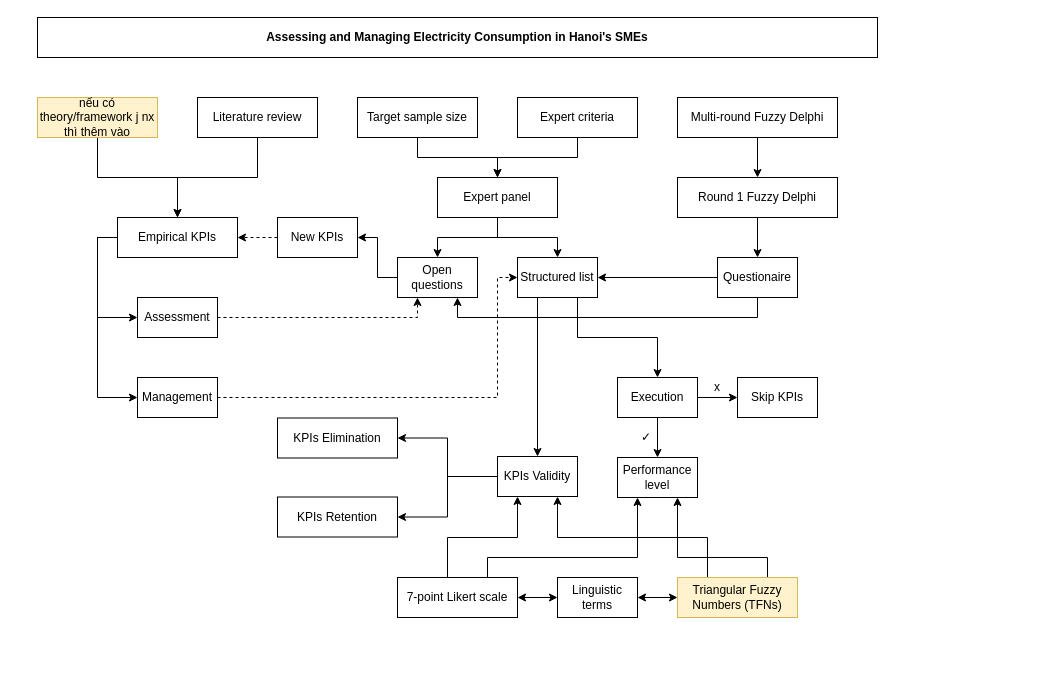
Before: delphi-huong-trang.drawio in hnks-gh/draw.io, a draw.io diagram. Source tidied: cells renumbered, new cells numbered last; positions are measured from the earlier drawing's top-left corner, leaving out a move shared by most shapes. Both pictures are drawn from the tidied source at 100%, with x=0, y=0 at pixel (37, 17).
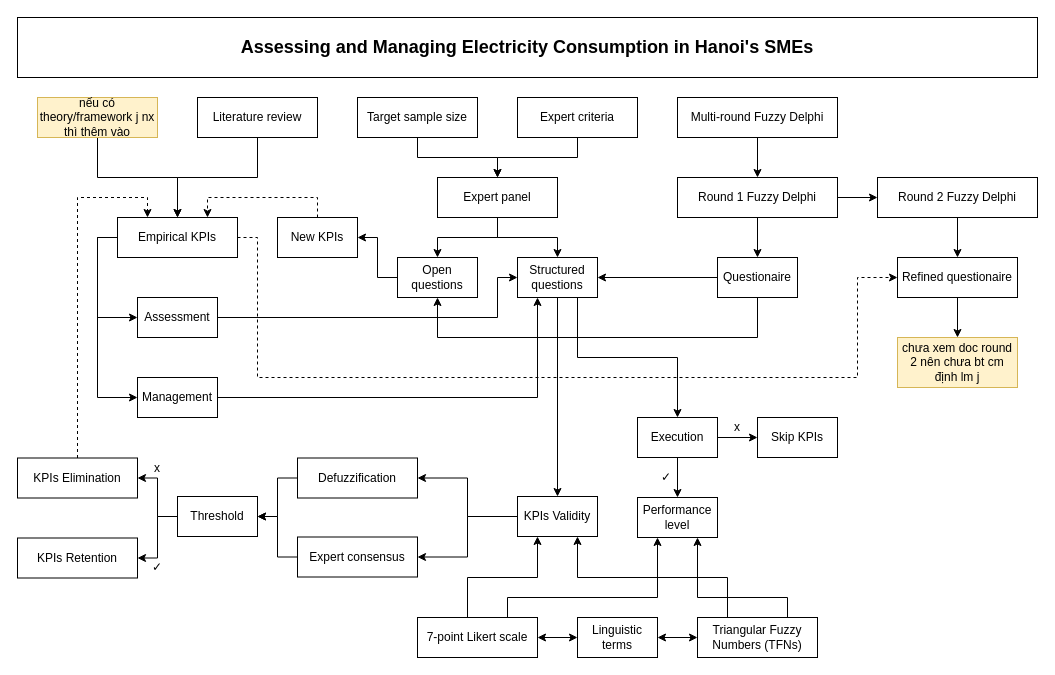
After the change.

The change refers to these unchanged cells:
```xml
<mxCell id="5" value="Empirical KPIs" style="rounded=0;whiteSpace=wrap;html=1;" parent="1" vertex="1">
  <mxGeometry x="80" y="200" width="120" height="40" as="geometry" />
</mxCell>
<mxCell id="7" value="Assessment" style="rounded=0;whiteSpace=wrap;html=1;" parent="1" vertex="1">
  <mxGeometry x="100" y="280" width="80" height="40" as="geometry" />
</mxCell>
<mxCell id="9" value="Management" style="rounded=0;whiteSpace=wrap;html=1;" parent="1" vertex="1">
  <mxGeometry x="100" y="360" width="80" height="40" as="geometry" />
</mxCell>
<mxCell id="24" value="Round 1 Fuzzy Delphi" style="rounded=0;whiteSpace=wrap;html=1;" parent="1" vertex="1">
  <mxGeometry x="640" y="160" width="160" height="40" as="geometry" />
</mxCell>
<mxCell id="32" value="Open questions" style="rounded=0;whiteSpace=wrap;html=1;" parent="1" vertex="1">
  <mxGeometry x="360" y="240" width="80" height="40" as="geometry" />
</mxCell>
<mxCell id="35" value="Questionaire" style="rounded=0;whiteSpace=wrap;html=1;" parent="1" vertex="1">
  <mxGeometry x="680" y="240" width="80" height="40" as="geometry" />
</mxCell>
<mxCell id="40" value="New KPIs" style="rounded=0;whiteSpace=wrap;html=1;" parent="1" vertex="1">
  <mxGeometry x="240" y="200" width="80" height="40" as="geometry" />
</mxCell>
```

Change to the diagram source:
```diff
@@
-    <mxCell id="2" value="&lt;b&gt;Assessing and Managing Electricity Consumption in Hanoi's SMEs&lt;/b&gt;" style="rounded=0;whiteSpace=wrap;html=1;" parent="1" vertex="1">
-      <mxGeometry width="840" height="40" as="geometry" />
+    <mxCell id="2" value="&lt;b&gt;Assessing and Managing Electricity Consumption in Hanoi's SMEs&lt;/b&gt;" style="rounded=0;whiteSpace=wrap;html=1;fontSize=18;" parent="1" vertex="1">
+      <mxGeometry x="-20" width="1020" height="60" as="geometry" />
     </mxCell>
@@
+    <mxCell id="56" style="edgeStyle=orthogonalEdgeStyle;rounded=0;jettySize=auto;html=1;exitX=1;exitY=0.5;exitDx=0;exitDy=0;entryX=0;entryY=0.5;entryDx=0;entryDy=0;dashed=1;" parent="1" edge="1" source="5" target="72">
+      <mxGeometry relative="1" as="geometry">
+        <Array as="points">
+          <mxPoint x="220" y="220" />
+          <mxPoint x="220" y="360" />
+          <mxPoint x="820" y="360" />
+          <mxPoint x="820" y="260" />
+        </Array>
+      </mxGeometry>
+    </mxCell>
@@
-    <mxCell id="6" style="edgeStyle=orthogonalEdgeStyle;rounded=0;jettySize=auto;html=1;exitX=1;exitY=0.5;exitDx=0;exitDy=0;entryX=0.25;entryY=1;entryDx=0;entryDy=0;dashed=1;" parent="1" edge="1" source="7" target="32">
-      <mxGeometry relative="1" as="geometry" />
-    </mxCell>
+    <mxCell id="57" style="edgeStyle=orthogonalEdgeStyle;rounded=0;jettySize=auto;html=1;exitX=1;exitY=0.5;exitDx=0;exitDy=0;entryX=0;entryY=0.5;entryDx=0;entryDy=0;" parent="1" edge="1" source="7" target="38">
+      <mxGeometry relative="1" as="geometry">
+        <Array as="points">
+          <mxPoint x="460" y="300" />
+          <mxPoint x="460" y="260" />
+        </Array>
+      </mxGeometry>
+    </mxCell>
@@
-    <mxCell id="8" style="edgeStyle=orthogonalEdgeStyle;rounded=0;jettySize=auto;html=1;exitX=1;exitY=0.5;exitDx=0;exitDy=0;entryX=0;entryY=0.5;entryDx=0;entryDy=0;dashed=1;" parent="1" edge="1" source="9" target="38">
-      <mxGeometry relative="1" as="geometry">
-        <Array as="points">
-          <mxPoint x="460" y="380" />
-          <mxPoint x="460" y="260" />
-        </Array>
-      </mxGeometry>
+    <mxCell id="8" style="edgeStyle=orthogonalEdgeStyle;rounded=0;jettySize=auto;html=1;exitX=1;exitY=0.5;exitDx=0;exitDy=0;entryX=0.25;entryY=1;entryDx=0;entryDy=0;" parent="1" edge="1" source="9" target="38">
+      <mxGeometry relative="1" as="geometry" />
     </mxCell>
@@
+    <mxCell id="58" style="edgeStyle=orthogonalEdgeStyle;rounded=0;jettySize=auto;html=1;exitX=1;exitY=0.5;exitDx=0;exitDy=0;entryX=0;entryY=0.5;entryDx=0;entryDy=0;" parent="1" edge="1" source="24" target="70">
+      <mxGeometry relative="1" as="geometry" />
+    </mxCell>
@@
     <mxCell id="25" style="edgeStyle=orthogonalEdgeStyle;rounded=0;jettySize=auto;html=1;exitX=0.25;exitY=0;exitDx=0;exitDy=0;entryX=0.75;entryY=1;entryDx=0;entryDy=0;" parent="1" edge="1" source="27" target="44">
       <mxGeometry relative="1" as="geometry">
         <Array as="points">
-          <mxPoint x="670" y="520" />
-          <mxPoint x="520" y="520" />
+          <mxPoint x="690" y="560" />
+          <mxPoint x="540" y="560" />
         </Array>
       </mxGeometry>
     </mxCell>
     <mxCell id="26" style="edgeStyle=orthogonalEdgeStyle;rounded=0;jettySize=auto;html=1;exitX=0.75;exitY=0;exitDx=0;exitDy=0;entryX=0.75;entryY=1;entryDx=0;entryDy=0;" parent="1" edge="1" source="27" target="52">
       <mxGeometry relative="1" as="geometry">
         <Array as="points">
-          <mxPoint x="730" y="540" />
-          <mxPoint x="640" y="540" />
+          <mxPoint x="750" y="580" />
+          <mxPoint x="660" y="580" />
         </Array>
       </mxGeometry>
     </mxCell>
-    <mxCell id="27" value="Triangular Fuzzy Numbers (TFNs)" style="rounded=0;whiteSpace=wrap;html=1;fillColor=#fff2cc;strokeColor=#d6b656;" parent="1" vertex="1">
-      <mxGeometry x="640" y="560" width="120" height="40" as="geometry" />
+    <mxCell id="27" value="Triangular Fuzzy Numbers (TFNs)" style="rounded=0;whiteSpace=wrap;html=1;" parent="1" vertex="1">
+      <mxGeometry x="660" y="600" width="120" height="40" as="geometry" />
     </mxCell>
     <mxCell id="28" style="edgeStyle=orthogonalEdgeStyle;rounded=0;jettySize=auto;html=1;exitX=0.25;exitY=0;exitDx=0;exitDy=0;entryX=0.25;entryY=1;entryDx=0;entryDy=0;" parent="1" edge="1" source="30" target="44">
       <mxGeometry relative="1" as="geometry">
         <Array as="points">
-          <mxPoint x="410" y="560" />
-          <mxPoint x="410" y="520" />
-          <mxPoint x="480" y="520" />
+          <mxPoint x="430" y="600" />
+          <mxPoint x="430" y="560" />
+          <mxPoint x="500" y="560" />
         </Array>
       </mxGeometry>
     </mxCell>
     <mxCell id="29" style="edgeStyle=orthogonalEdgeStyle;rounded=0;jettySize=auto;html=1;exitX=0.75;exitY=0;exitDx=0;exitDy=0;entryX=0.25;entryY=1;entryDx=0;entryDy=0;" parent="1" edge="1" source="30" target="52">
       <mxGeometry relative="1" as="geometry">
         <Array as="points">
-          <mxPoint x="450" y="540" />
-          <mxPoint x="600" y="540" />
+          <mxPoint x="470" y="580" />
+          <mxPoint x="620" y="580" />
         </Array>
       </mxGeometry>
     </mxCell>
     <mxCell id="30" value="7-point Likert scale" style="rounded=0;whiteSpace=wrap;html=1;" parent="1" vertex="1">
-      <mxGeometry x="360" y="560" width="120" height="40" as="geometry" />
+      <mxGeometry x="380" y="600" width="120" height="40" as="geometry" />
     </mxCell>
@@
-    <mxCell id="34" style="edgeStyle=orthogonalEdgeStyle;rounded=0;jettySize=auto;html=1;exitX=0.5;exitY=1;exitDx=0;exitDy=0;entryX=0.75;entryY=1;entryDx=0;entryDy=0;" parent="1" edge="1" source="35" target="32">
-      <mxGeometry relative="1" as="geometry" />
+    <mxCell id="34" style="edgeStyle=orthogonalEdgeStyle;rounded=0;jettySize=auto;html=1;exitX=0.5;exitY=1;exitDx=0;exitDy=0;entryX=0.5;entryY=1;entryDx=0;entryDy=0;" parent="1" edge="1" source="35" target="32">
+      <mxGeometry relative="1" as="geometry">
+        <Array as="points">
+          <mxPoint x="720" y="320" />
+          <mxPoint x="400" y="320" />
+        </Array>
+      </mxGeometry>
     </mxCell>
@@
-    <mxCell id="37" style="edgeStyle=orthogonalEdgeStyle;rounded=0;jettySize=auto;html=1;exitX=0.25;exitY=1;exitDx=0;exitDy=0;entryX=0.5;entryY=0;entryDx=0;entryDy=0;" parent="1" edge="1" source="38" target="44">
+    <mxCell id="37" style="edgeStyle=orthogonalEdgeStyle;rounded=0;jettySize=auto;html=1;exitX=0.5;exitY=1;exitDx=0;exitDy=0;entryX=0.5;entryY=0;entryDx=0;entryDy=0;" parent="1" edge="1" source="38" target="44">
       <mxGeometry relative="1" as="geometry" />
     </mxCell>
-    <mxCell id="38" value="Structured list" style="rounded=0;whiteSpace=wrap;html=1;" parent="1" vertex="1">
+    <mxCell id="38" value="Structured questions" style="rounded=0;whiteSpace=wrap;html=1;" parent="1" vertex="1">
       <mxGeometry x="480" y="240" width="80" height="40" as="geometry" />
     </mxCell>
-    <mxCell id="39" style="edgeStyle=orthogonalEdgeStyle;rounded=0;jettySize=auto;html=1;exitX=0;exitY=0.5;exitDx=0;exitDy=0;entryX=1;entryY=0.5;entryDx=0;entryDy=0;dashed=1;" parent="1" edge="1" source="40" target="5">
+    <mxCell id="39" style="edgeStyle=orthogonalEdgeStyle;rounded=0;jettySize=auto;html=1;exitX=0.5;exitY=0;exitDx=0;exitDy=0;entryX=0.75;entryY=0;entryDx=0;entryDy=0;dashed=1;" parent="1" edge="1" source="40" target="5">
       <mxGeometry relative="1" as="geometry" />
     </mxCell>
@@
     <mxCell id="41" value="Linguistic terms" style="rounded=0;whiteSpace=wrap;html=1;" parent="1" vertex="1">
-      <mxGeometry x="520" y="560" width="80" height="40" as="geometry" />
+      <mxGeometry x="540" y="600" width="80" height="40" as="geometry" />
     </mxCell>
@@
     <mxCell id="44" value="KPIs&amp;nbsp;Validity" style="rounded=0;whiteSpace=wrap;html=1;" parent="1" vertex="1">
-      <mxGeometry x="460" y="439" width="80" height="40" as="geometry" />
+      <mxGeometry x="480" y="479" width="80" height="40" as="geometry" />
     </mxCell>
@@
     <mxCell id="47" value="Execution" style="rounded=0;whiteSpace=wrap;html=1;" parent="1" vertex="1">
-      <mxGeometry x="580" y="360" width="80" height="40" as="geometry" />
+      <mxGeometry x="600" y="400" width="80" height="40" as="geometry" />
     </mxCell>
+    <mxCell id="59" style="edgeStyle=orthogonalEdgeStyle;rounded=0;jettySize=auto;html=1;exitX=0;exitY=0.5;exitDx=0;exitDy=0;entryX=1;entryY=0.5;entryDx=0;entryDy=0;" parent="1" edge="1" source="48" target="68">
+      <mxGeometry relative="1" as="geometry" />
+    </mxCell>
-    <mxCell id="48" value="KPIs&amp;nbsp;Elimination" style="rounded=0;whiteSpace=wrap;html=1;strokeColor=default;" parent="1" vertex="1">
-      <mxGeometry x="240" y="400.5" width="120" height="40" as="geometry" />
+    <mxCell id="48" value="Defuzzification" style="rounded=0;whiteSpace=wrap;html=1;strokeColor=default;" parent="1" vertex="1">
+      <mxGeometry x="260" y="440.5" width="120" height="40" as="geometry" />
     </mxCell>
     <mxCell id="49" value="Skip KPIs" style="rounded=0;whiteSpace=wrap;html=1;" parent="1" vertex="1">
-      <mxGeometry x="700" y="360" width="80" height="40" as="geometry" />
+      <mxGeometry x="720" y="400" width="80" height="40" as="geometry" />
     </mxCell>
     <mxCell id="50" value="✓" style="rounded=0;whiteSpace=wrap;html=1;strokeColor=none;" parent="1" vertex="1">
-      <mxGeometry x="604" y="415" width="10" height="10" as="geometry" />
+      <mxGeometry x="624" y="455" width="10" height="10" as="geometry" />
     </mxCell>
     <mxCell id="51" value="x" style="rounded=0;whiteSpace=wrap;html=1;strokeColor=none;" parent="1" vertex="1">
-      <mxGeometry x="670" y="365" width="20" height="10" as="geometry" />
+      <mxGeometry x="690" y="405" width="20" height="10" as="geometry" />
     </mxCell>
     <mxCell id="52" value="Performance level" style="rounded=0;whiteSpace=wrap;html=1;strokeColor=default;" parent="1" vertex="1">
-      <mxGeometry x="580" y="440" width="80" height="40" as="geometry" />
+      <mxGeometry x="600" y="480" width="80" height="40" as="geometry" />
     </mxCell>
+    <mxCell id="60" style="edgeStyle=orthogonalEdgeStyle;rounded=0;jettySize=auto;html=1;exitX=0;exitY=0.5;exitDx=0;exitDy=0;entryX=1;entryY=0.5;entryDx=0;entryDy=0;" parent="1" edge="1" source="53" target="68">
+      <mxGeometry relative="1" as="geometry" />
+    </mxCell>
-    <mxCell id="53" value="KPIs&amp;nbsp;Retention" style="rounded=0;whiteSpace=wrap;html=1;strokeColor=default;" parent="1" vertex="1">
-      <mxGeometry x="240" y="479.5" width="120" height="40" as="geometry" />
+    <mxCell id="53" value="Expert consensus" style="rounded=0;whiteSpace=wrap;html=1;strokeColor=default;" parent="1" vertex="1">
+      <mxGeometry x="260" y="519.5" width="120" height="40" as="geometry" />
     </mxCell>
@@
+    <mxCell id="61" value="✓" style="rounded=0;whiteSpace=wrap;html=1;strokeColor=none;" parent="1" vertex="1">
+      <mxGeometry x="115" y="545" width="10" height="10" as="geometry" />
+    </mxCell>
+    <mxCell id="62" value="x" style="rounded=0;whiteSpace=wrap;html=1;strokeColor=none;" parent="1" vertex="1">
+      <mxGeometry x="110" y="446" width="20" height="10" as="geometry" />
+    </mxCell>
+    <mxCell id="63" style="edgeStyle=orthogonalEdgeStyle;rounded=0;jettySize=auto;html=1;exitX=0.5;exitY=0;exitDx=0;exitDy=0;entryX=0.25;entryY=0;entryDx=0;entryDy=0;dashed=1;" parent="1" edge="1" source="64" target="5">
+      <mxGeometry relative="1" as="geometry" />
+    </mxCell>
+    <mxCell id="64" value="KPIs&amp;nbsp;Elimination" style="rounded=0;whiteSpace=wrap;html=1;strokeColor=default;" parent="1" vertex="1">
+      <mxGeometry x="-20" y="440.5" width="120" height="40" as="geometry" />
+    </mxCell>
+    <mxCell id="65" value="KPIs&amp;nbsp;Retention" style="rounded=0;whiteSpace=wrap;html=1;strokeColor=default;" parent="1" vertex="1">
+      <mxGeometry x="-20" y="520.5" width="120" height="40" as="geometry" />
+    </mxCell>
+    <mxCell id="66" style="edgeStyle=orthogonalEdgeStyle;rounded=0;jettySize=auto;html=1;exitX=0;exitY=0.5;exitDx=0;exitDy=0;entryX=1;entryY=0.5;entryDx=0;entryDy=0;" parent="1" edge="1" source="68" target="64">
+      <mxGeometry relative="1" as="geometry" />
+    </mxCell>
+    <mxCell id="67" style="edgeStyle=orthogonalEdgeStyle;rounded=0;jettySize=auto;html=1;exitX=0;exitY=0.5;exitDx=0;exitDy=0;entryX=1;entryY=0.5;entryDx=0;entryDy=0;" parent="1" edge="1" source="68" target="65">
+      <mxGeometry relative="1" as="geometry" />
+    </mxCell>
+    <mxCell id="68" value="Threshold" style="rounded=0;whiteSpace=wrap;html=1;strokeColor=default;" parent="1" vertex="1">
+      <mxGeometry x="140" y="479" width="80" height="40" as="geometry" />
+    </mxCell>
+    <mxCell id="69" style="edgeStyle=orthogonalEdgeStyle;rounded=0;jettySize=auto;html=1;exitX=0.5;exitY=1;exitDx=0;exitDy=0;entryX=0.5;entryY=0;entryDx=0;entryDy=0;" parent="1" edge="1" source="70" target="72">
+      <mxGeometry relative="1" as="geometry" />
+    </mxCell>
+    <mxCell id="70" value="Round 2 Fuzzy Delphi" style="rounded=0;whiteSpace=wrap;html=1;" parent="1" vertex="1">
+      <mxGeometry x="840" y="160" width="160" height="40" as="geometry" />
+    </mxCell>
+    <mxCell id="71" style="edgeStyle=orthogonalEdgeStyle;rounded=0;jettySize=auto;html=1;exitX=0.5;exitY=1;exitDx=0;exitDy=0;entryX=0.5;entryY=0;entryDx=0;entryDy=0;" parent="1" edge="1" source="72" target="73">
+      <mxGeometry relative="1" as="geometry" />
+    </mxCell>
+    <mxCell id="72" value="Refined questionaire" style="rounded=0;whiteSpace=wrap;html=1;" parent="1" vertex="1">
+      <mxGeometry x="860" y="240" width="120" height="40" as="geometry" />
+    </mxCell>
+    <mxCell id="73" value="chưa xem doc round 2 nên chưa bt cm định lm j" style="rounded=0;whiteSpace=wrap;html=1;fillColor=#fff2cc;strokeColor=#d6b656;" parent="1" vertex="1">
+      <mxGeometry x="860" y="320" width="120" height="50" as="geometry" />
+    </mxCell>
```
